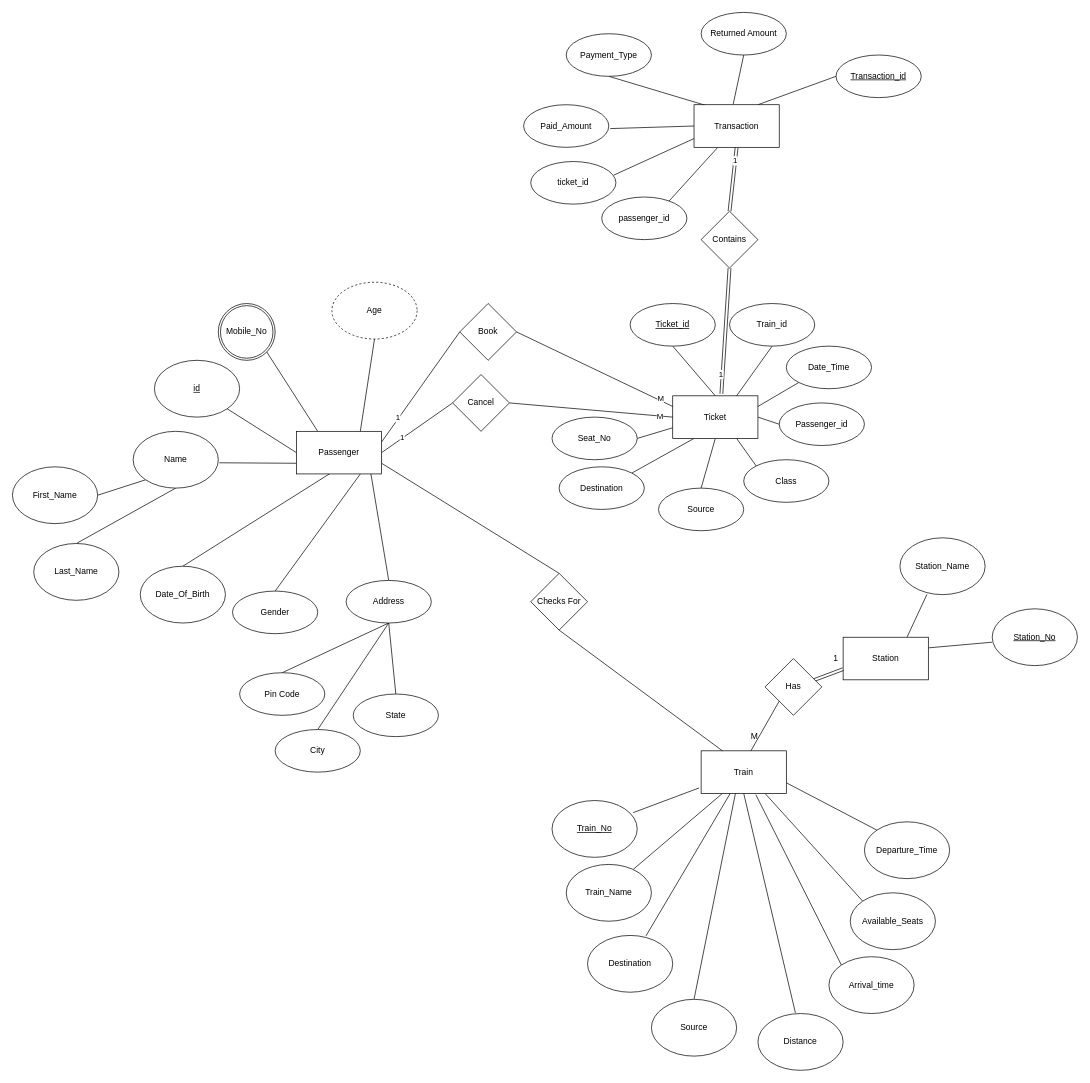
This is Railway-Management-System.drawio from TopVirusMinus/Railway-Management-System-Database, a draw.io file, before an edit. Source tidied: cells renumbered, new cells numbered last; positions are measured from the earlier drawing's top-left corner, leaving out a move shared by most shapes. Both pictures are drawn from the tidied source at 71%, with x=0, y=0 at pixel (12, 12).
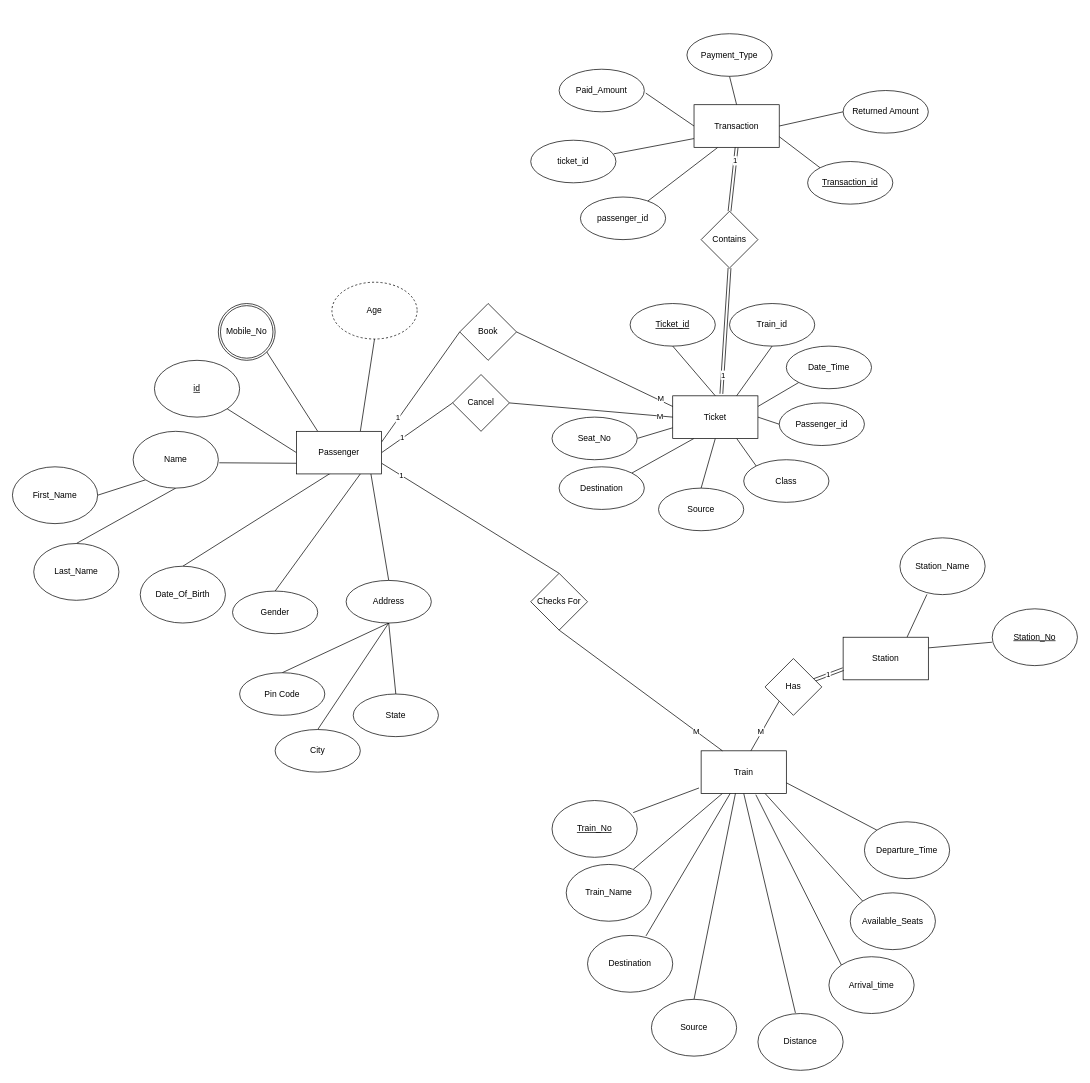
Above is the later version.

The change refers to these unchanged cells:
```xml
<mxCell id="10" style="endArrow=none;html=1;rounded=0;sourcePerimeterSpacing=8;targetPerimeterSpacing=8;exitX=0.571;exitY=0.047;exitDx=0;exitDy=0;exitPerimeter=0;entryX=0;entryY=1;entryDx=0;entryDy=0;" parent="1" edge="1" source="11" target="26">
  <mxGeometry relative="1" as="geometry" />
</mxCell>
<mxCell id="22" value="Station" style="rounded=0;whiteSpace=wrap;html=1;hachureGap=4;" parent="1" vertex="1">
  <mxGeometry x="1170" y="880" width="120" height="60" as="geometry" />
</mxCell>
<mxCell id="26" value="Has" style="rhombus;whiteSpace=wrap;html=1;hachureGap=4;" parent="1" vertex="1">
  <mxGeometry x="1060" y="910" width="80" height="80" as="geometry" />
</mxCell>
<mxCell id="40" style="endArrow=none;html=1;rounded=0;sourcePerimeterSpacing=8;targetPerimeterSpacing=8;entryX=0.5;entryY=0;entryDx=0;entryDy=0;exitX=1;exitY=0.75;exitDx=0;exitDy=0;" parent="1" edge="1" source="41" target="85">
  <mxGeometry relative="1" as="geometry" />
</mxCell>
<mxCell id="67" style="endArrow=none;html=1;rounded=0;sourcePerimeterSpacing=8;targetPerimeterSpacing=8;entryX=0.5;entryY=1;entryDx=0;entryDy=0;exitX=0.571;exitY=-0.047;exitDx=0;exitDy=0;exitPerimeter=0;shape=link;" parent="1" edge="1" source="69" target="88">
  <mxGeometry relative="1" as="geometry" />
</mxCell>
<mxCell id="84" style="endArrow=none;html=1;rounded=0;sourcePerimeterSpacing=8;targetPerimeterSpacing=8;entryX=0.25;entryY=0;entryDx=0;entryDy=0;exitX=0.5;exitY=1;exitDx=0;exitDy=0;" parent="1" edge="1" source="85" target="11">
  <mxGeometry relative="1" as="geometry" />
</mxCell>
<mxCell id="95" value="Transaction" style="whiteSpace=wrap;html=1;hachureGap=4;" parent="1" vertex="1">
  <mxGeometry x="960" y="130" width="120" height="60" as="geometry" />
</mxCell>
```

What changed in the source:
```diff
@@
+    <mxCell id="102" value="M" style="edgeLabel;html=1;align=center;verticalAlign=middle;" parent="10" vertex="1">
+      <mxGeometry x="-0.19" y="2" relative="1" as="geometry" />
+    </mxCell>
@@
-    <mxCell id="25" style="endArrow=none;html=1;rounded=0;sourcePerimeterSpacing=8;targetPerimeterSpacing=8;exitX=0.851;exitY=0.384;exitDx=0;exitDy=0;exitPerimeter=0;entryX=0;entryY=0.75;entryDx=0;entryDy=0;shape=link;" parent="1" edge="1" source="26" target="22">
+    <mxCell id="25" value="1" style="endArrow=none;html=1;rounded=0;sourcePerimeterSpacing=8;targetPerimeterSpacing=8;exitX=0.851;exitY=0.384;exitDx=0;exitDy=0;exitPerimeter=0;entryX=0;entryY=0.75;entryDx=0;entryDy=0;shape=link;" parent="1" edge="1" source="26" target="22">
       <mxGeometry relative="1" as="geometry" />
     </mxCell>
@@
-    <mxCell id="27" value="1" style="text;strokeColor=none;fillColor=none;html=1;align=center;verticalAlign=middle;whiteSpace=wrap;rounded=0;hachureGap=4;" parent="1" vertex="1">
-      <mxGeometry x="1130" y="895" width="60" height="30" as="geometry" />
-    </mxCell>
-    <mxCell id="28" value="M" style="text;html=1;align=center;verticalAlign=middle;strokeColor=none;fillColor=none;hachureGap=4;" parent="1" vertex="1">
-      <mxGeometry x="1030" y="1010" width="30" height="20" as="geometry" />
-    </mxCell>
@@
+    <mxCell id="103" value="1" style="edgeLabel;html=1;align=center;verticalAlign=middle;" parent="40" vertex="1">
+      <mxGeometry x="-0.78" y="1" relative="1" as="geometry" />
+    </mxCell>
@@
-    <mxCell id="68" value="1" style="edgeLabel;html=1;align=center;verticalAlign=middle;" parent="67" vertex="1">
-      <mxGeometry x="-0.68" y="3" relative="1" as="geometry" />
-    </mxCell>
+    <mxCell id="104" value="1" style="edgeLabel;html=1;align=center;verticalAlign=middle;" parent="67" vertex="1">
+      <mxGeometry x="-0.7" y="-1" relative="1" as="geometry">
+        <mxPoint x="-1" as="offset" />
+      </mxGeometry>
+    </mxCell>
@@
+    <mxCell id="105" value="M" style="edgeLabel;html=1;align=center;verticalAlign=middle;" parent="84" vertex="1">
+      <mxGeometry x="0.67" y="-1" relative="1" as="geometry">
+        <mxPoint x="1" as="offset" />
+      </mxGeometry>
+    </mxCell>
@@
-    <mxCell id="89" style="endArrow=none;html=1;rounded=0;sourcePerimeterSpacing=8;targetPerimeterSpacing=8;entryX=0.5;entryY=1;entryDx=0;entryDy=0;exitX=0.15;exitY=0.023;exitDx=0;exitDy=0;exitPerimeter=0;" parent="1" edge="1" source="95" target="96">
+    <mxCell id="89" style="endArrow=none;html=1;rounded=0;sourcePerimeterSpacing=8;targetPerimeterSpacing=8;entryX=0.5;entryY=1;entryDx=0;entryDy=0;exitX=0.5;exitY=0;exitDx=0;exitDy=0;" parent="1" edge="1" source="95" target="96">
       <mxGeometry relative="1" as="geometry" />
     </mxCell>
@@
-    <mxCell id="91" style="endArrow=none;html=1;rounded=0;sourcePerimeterSpacing=8;targetPerimeterSpacing=8;entryX=0.5;entryY=1;entryDx=0;entryDy=0;exitX=0.459;exitY=-0.007;exitDx=0;exitDy=0;exitPerimeter=0;" parent="1" edge="1" source="95" target="98">
+    <mxCell id="91" style="endArrow=none;html=1;rounded=0;sourcePerimeterSpacing=8;targetPerimeterSpacing=8;entryX=0;entryY=0.5;entryDx=0;entryDy=0;exitX=1;exitY=0.5;exitDx=0;exitDy=0;" parent="1" edge="1" source="95" target="98">
       <mxGeometry relative="1" as="geometry" />
     </mxCell>
-    <mxCell id="92" style="endArrow=none;html=1;rounded=0;sourcePerimeterSpacing=8;targetPerimeterSpacing=8;entryX=0;entryY=0.5;entryDx=0;entryDy=0;exitX=0.75;exitY=0;exitDx=0;exitDy=0;" parent="1" edge="1" source="95" target="99">
+    <mxCell id="92" style="endArrow=none;html=1;rounded=0;sourcePerimeterSpacing=8;targetPerimeterSpacing=8;entryX=0;entryY=0;entryDx=0;entryDy=0;exitX=1;exitY=0.75;exitDx=0;exitDy=0;" parent="1" edge="1" source="95" target="99">
       <mxGeometry relative="1" as="geometry" />
     </mxCell>
@@
     <mxCell id="96" value="Payment_Type" style="ellipse;whiteSpace=wrap;html=1;hachureGap=4;" parent="1" vertex="1">
-      <mxGeometry x="780" y="30" width="120" height="60" as="geometry" />
+      <mxGeometry x="950" y="30" width="120" height="60" as="geometry" />
     </mxCell>
     <mxCell id="97" value="Paid_Amount" style="ellipse;whiteSpace=wrap;html=1;hachureGap=4;" parent="1" vertex="1">
-      <mxGeometry x="720" y="130" width="120" height="60" as="geometry" />
+      <mxGeometry x="770" y="80" width="120" height="60" as="geometry" />
     </mxCell>
     <mxCell id="98" value="Returned Amount" style="ellipse;whiteSpace=wrap;html=1;hachureGap=4;" parent="1" vertex="1">
-      <mxGeometry x="970" width="120" height="60" as="geometry" />
+      <mxGeometry x="1170" y="110" width="120" height="60" as="geometry" />
     </mxCell>
     <mxCell id="99" value="&lt;u&gt;Transaction_id&lt;/u&gt;" style="ellipse;whiteSpace=wrap;html=1;hachureGap=4;" parent="1" vertex="1">
-      <mxGeometry x="1160" y="60" width="120" height="60" as="geometry" />
+      <mxGeometry x="1120" y="210" width="120" height="60" as="geometry" />
     </mxCell>
     <mxCell id="100" value="ticket_id" style="ellipse;whiteSpace=wrap;html=1;hachureGap=4;" parent="1" vertex="1">
-      <mxGeometry x="730" y="210" width="120" height="60" as="geometry" />
+      <mxGeometry x="730" y="180" width="120" height="60" as="geometry" />
     </mxCell>
     <mxCell id="101" value="passenger_id" style="ellipse;whiteSpace=wrap;html=1;hachureGap=4;" parent="1" vertex="1">
-      <mxGeometry x="830" y="260" width="120" height="60" as="geometry" />
+      <mxGeometry x="800" y="260" width="120" height="60" as="geometry" />
     </mxCell>
```
